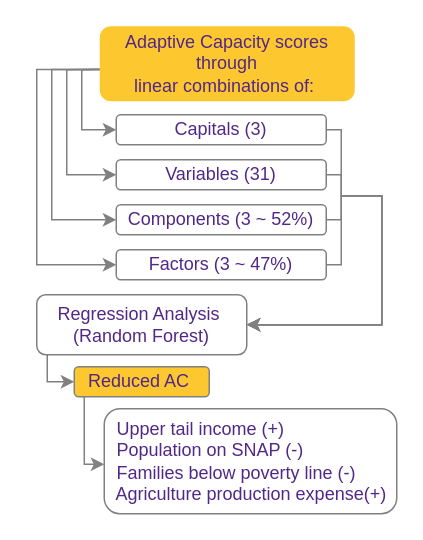
The draw.io diagram MethodsSummer23.drawio in dealchre/gradDrawio, before the edit. Source tidied: cells renumbered, new cells numbered last; positions are measured from the earlier drawing's top-left corner, leaving out a move shared by most shapes. Both pictures are drawn from the tidied source at 150%, with x=0, y=0 at pixel (36, 26).
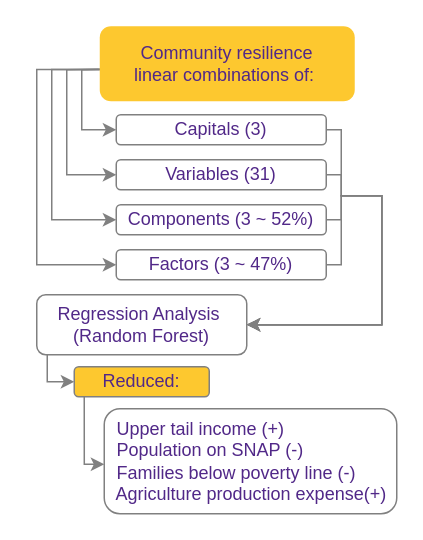
The same diagram, later.

The edit, as a diff of the source:
```diff
@@
-    <mxCell id="6" value="Adaptive Capacity scores through&lt;br&gt;linear combinations of:&amp;nbsp;" style="rounded=1;whiteSpace=wrap;html=1;fontColor=#512888;fillColor=#FDC82F;strokeColor=none;" parent="1" vertex="1">
+    <mxCell id="6" value="Community resilience &lt;br&gt;linear combinations of:&amp;nbsp;" style="rounded=1;whiteSpace=wrap;html=1;fontColor=#512888;fillColor=#FDC82F;strokeColor=none;" parent="1" vertex="1">
       <mxGeometry x="42" width="170" height="50" as="geometry" />
     </mxCell>
@@
-    <mxCell id="19" value="Reduced AC&amp;nbsp;" style="rounded=1;whiteSpace=wrap;html=1;fontColor=#512888;fillColor=#FDC82F;strokeColor=#808080;" parent="1" vertex="1">
+    <mxCell id="19" value="Reduced:" style="rounded=1;whiteSpace=wrap;html=1;fontColor=#512888;fillColor=#FDC82F;strokeColor=#808080;" parent="1" vertex="1">
       <mxGeometry x="25" y="227" width="90" height="20" as="geometry" />
     </mxCell>
```
